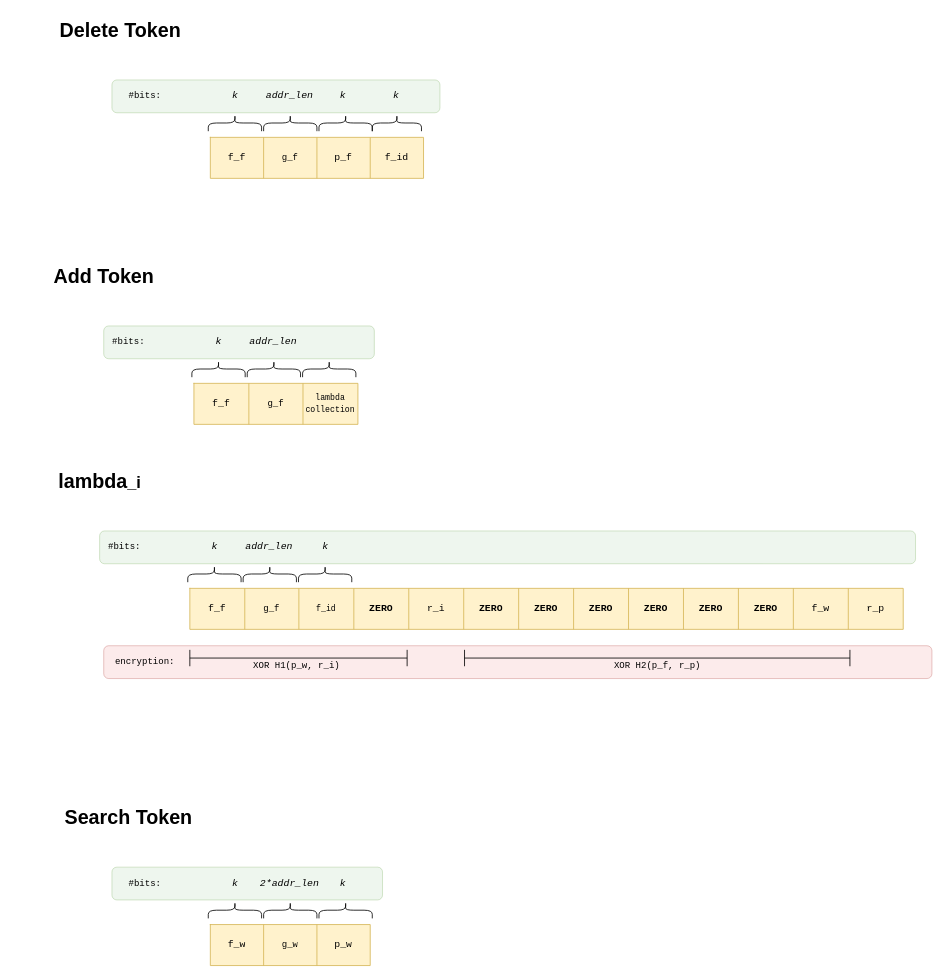
thisisel/dynamic-sse keeps this draw.io diagram as page "tokens" (2 of 3) of diagrams/format_figures.drawio. Above is the earlier version. Source tidied: cells renumbered, new cells numbered last; positions are measured from the earlier drawing's top-left corner, leaving out a move shared by most shapes. Both pictures are drawn from the tidied source at 82%, with x=0, y=0 at pixel (58, 14).
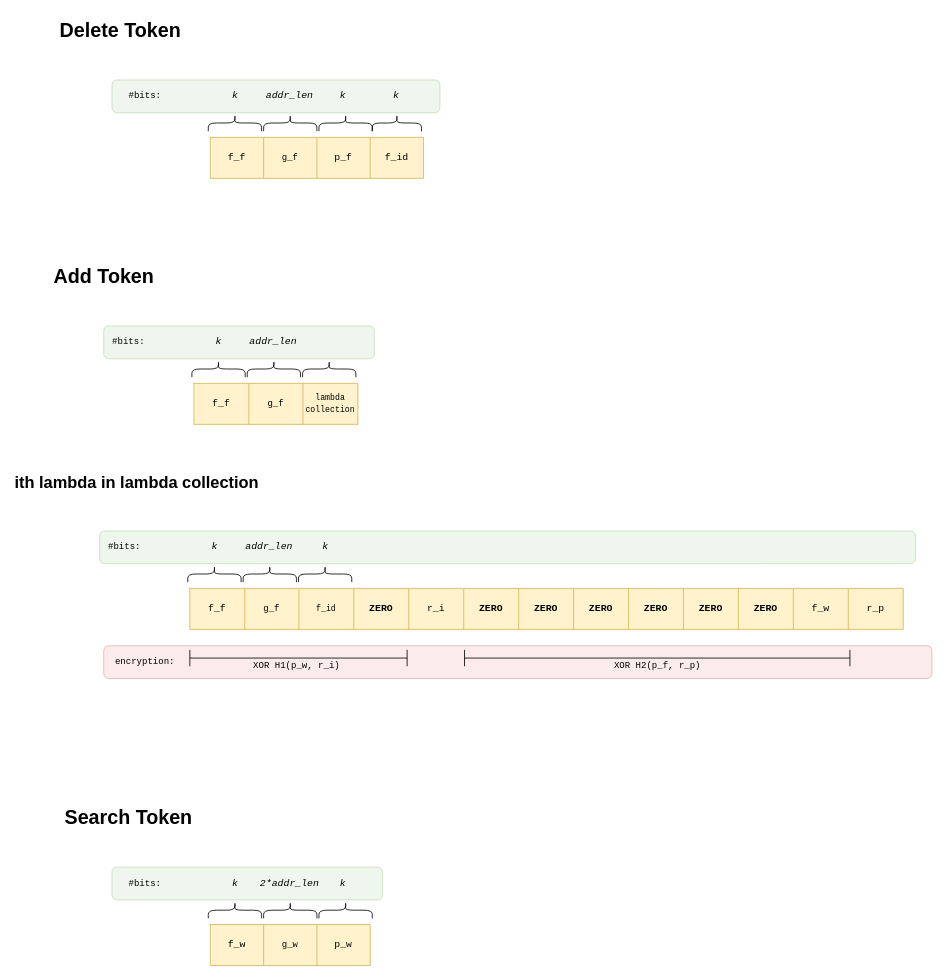
The same page after the edit.

The edit, as a diff of the source:
```diff
@@
-    <mxCell id="46" value="lambda&lt;span style=&quot;font-size: 20px;&quot;&gt;_i&lt;/span&gt;" style="text;strokeColor=none;fillColor=none;html=1;fontSize=24;fontStyle=1;verticalAlign=middle;align=center;" parent="1" vertex="1">
-      <mxGeometry y="550" width="100" height="40" as="geometry" />
+    <mxCell id="46" value="&lt;font style=&quot;font-size: 20px;&quot;&gt;ith lambda in lambda collection&lt;/font&gt;" style="text;strokeColor=none;fillColor=none;html=1;fontSize=24;fontStyle=1;verticalAlign=middle;align=center;" parent="1" vertex="1">
+      <mxGeometry x="45" y="550" width="100" height="40" as="geometry" />
     </mxCell>
```
